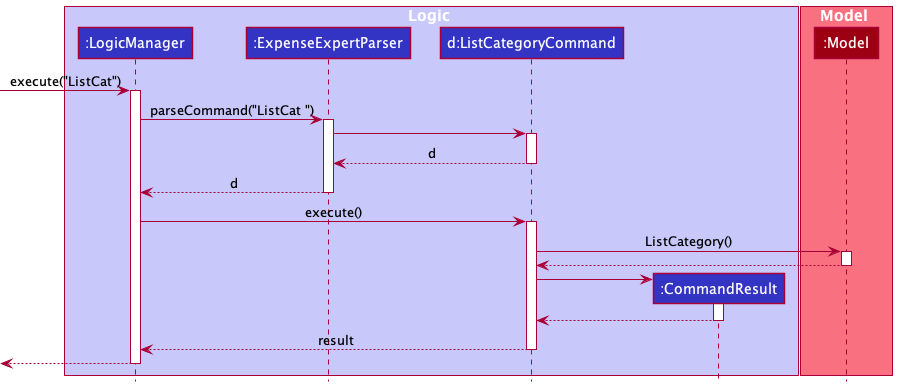
Before: docs/images/ListCatSequenceDiagram.png, a diagram exported from PlantUML (riakhaitan/tp).
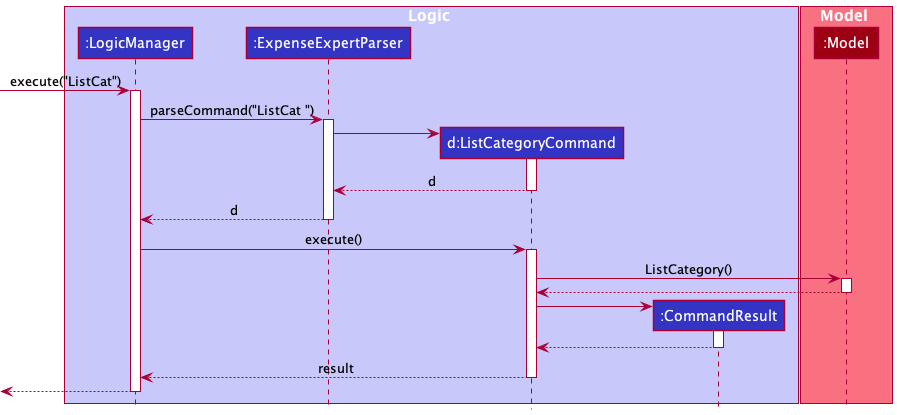
Above is the later version.

Commit message:
update img of listCatSequence

The edit, as a diff of the source:
```diff
@@ -17,6 +17,7 @@
 
 LogicManager -> ExpenseExpertParser : parseCommand("ListCat ")
 activate ExpenseExpertParser
+create ListCategoryCommand
 
 ExpenseExpertParser -> ListCategoryCommand
 activate ListCategoryCommand
```
